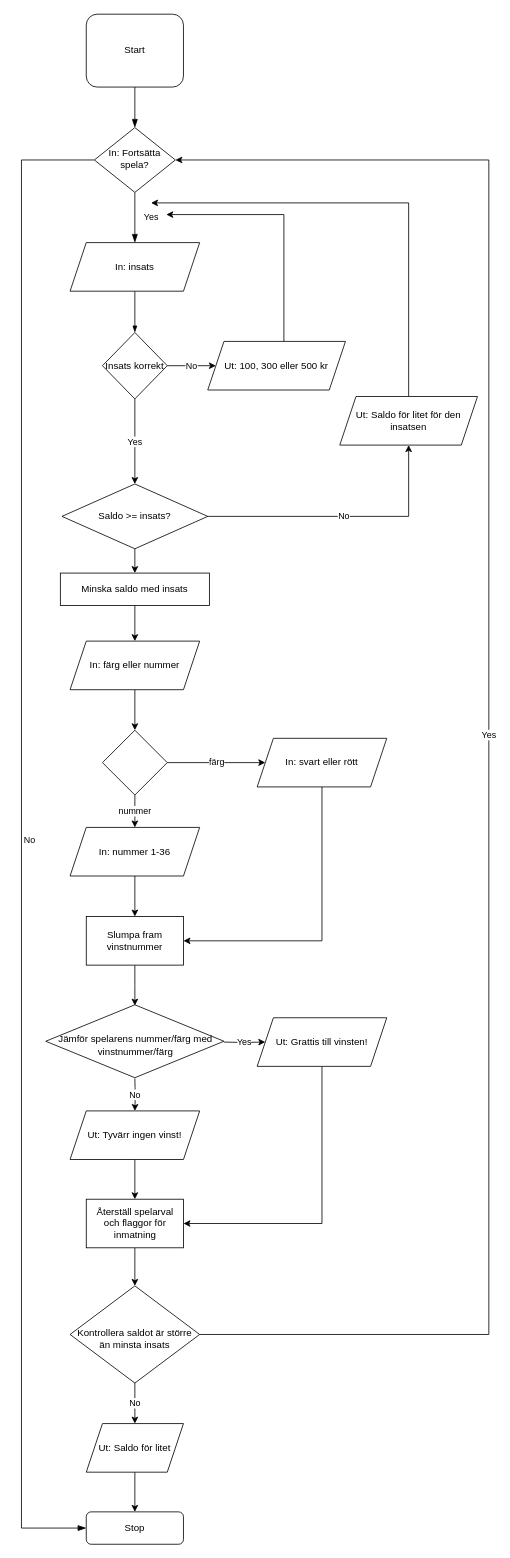
RogerJohanssonITHS/Grunderna-Cpp keeps this draw.io diagram as Inluppgifter/Roulette/Flowchart_inl1.drawio. Above is the earlier version. Source tidied: cells renumbered, new cells numbered last; positions are measured from the earlier drawing's top-left corner, leaving out a move shared by most shapes. Both pictures are drawn from the tidied source at 81%, with x=0, y=0 at pixel (21, 14).
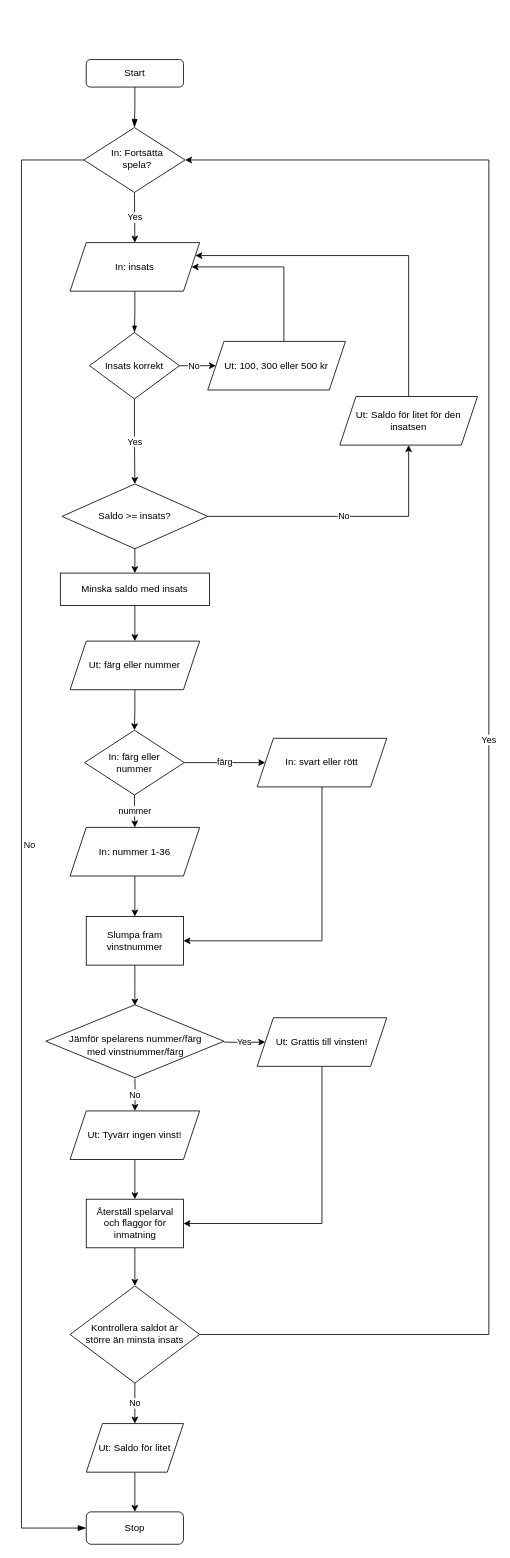
After the change.

The change refers to these unchanged cells:
```xml
<mxCell id="7" value="Stop" style="rounded=1;whiteSpace=wrap;html=1;fontSize=12;glass=0;strokeWidth=1;shadow=0;" parent="1" vertex="1">
  <mxGeometry x="80" y="1849" width="120" height="40" as="geometry" />
</mxCell>
<mxCell id="9" value="In: insats" style="shape=parallelogram;perimeter=parallelogramPerimeter;whiteSpace=wrap;html=1;fixedSize=1;" parent="1" vertex="1">
  <mxGeometry x="60" y="282" width="160" height="60" as="geometry" />
</mxCell>
<mxCell id="14" value="&lt;span style=&quot;&quot;&gt;Ut: Saldo för litet för den insatsen&lt;/span&gt;" style="shape=parallelogram;perimeter=parallelogramPerimeter;whiteSpace=wrap;html=1;fixedSize=1;" parent="1" vertex="1">
  <mxGeometry x="393" y="472" width="170" height="60" as="geometry" />
</mxCell>
<mxCell id="46" value="&lt;span style=&quot;&quot;&gt;Ut: 100, 300 eller 500 kr&lt;/span&gt;" style="shape=parallelogram;perimeter=parallelogramPerimeter;whiteSpace=wrap;html=1;fixedSize=1;" parent="1" vertex="1">
  <mxGeometry x="230" y="404" width="170" height="60" as="geometry" />
</mxCell>
```

Diff of the diagram source:
```diff
@@
     <mxCell id="3" value="Start" style="rounded=1;whiteSpace=wrap;html=1;fontSize=12;glass=0;strokeWidth=1;shadow=0;" parent="1" vertex="1">
-      <mxGeometry x="80" width="120" height="90" as="geometry" />
+      <mxGeometry x="80" y="56" width="120" height="34" as="geometry" />
     </mxCell>
+    <mxCell id="5" value="No" style="edgeStyle=orthogonalEdgeStyle;rounded=0;html=1;jettySize=auto;fontSize=11;endArrow=blockThin;endFill=1;endSize=8;strokeWidth=1;shadow=0;labelBackgroundColor=none;exitX=0;exitY=0.5;exitDx=0;exitDy=0;entryX=0;entryY=0.5;entryDx=0;entryDy=0;" parent="1" edge="1" source="6" target="7">
+      <mxGeometry y="10" relative="1" as="geometry">
+        <Array as="points">
+          <mxPoint y="180" />
+          <mxPoint y="1869" />
+        </Array>
+      </mxGeometry>
+    </mxCell>
-    <mxCell id="4" value="Yes" style="rounded=0;html=1;jettySize=auto;fontSize=11;endArrow=blockThin;endFill=1;endSize=8;strokeWidth=1;shadow=0;labelBackgroundColor=none;edgeStyle=orthogonalEdgeStyle;entryX=0.5;entryY=0;entryDx=0;entryDy=0;" parent="1" edge="1" source="6" target="9">
-      <mxGeometry y="20" relative="1" as="geometry" />
+    <mxCell id="4" value="Yes" style="edgeStyle=none;curved=1;rounded=0;jettySize=auto;html=1;exitX=0.5;exitY=1;exitDx=0;exitDy=0;entryX=0.5;entryY=0;entryDx=0;entryDy=0;endArrow=classic;startSize=6;endSize=6;sourcePerimeterSpacing=0;targetPerimeterSpacing=0;" parent="1" edge="1" source="6" target="9">
+      <mxGeometry relative="1" as="geometry" />
     </mxCell>
-    <mxCell id="5" value="No" style="edgeStyle=orthogonalEdgeStyle;rounded=0;html=1;jettySize=auto;fontSize=11;endArrow=blockThin;endFill=1;endSize=8;strokeWidth=1;shadow=0;labelBackgroundColor=none;exitX=0;exitY=0.5;exitDx=0;exitDy=0;entryX=0;entryY=0.5;entryDx=0;entryDy=0;" parent="1" edge="1" source="6" target="7">
-      <mxGeometry y="10" relative="1" as="geometry">
-        <Array as="points">
-          <mxPoint y="180" />
-          <mxPoint y="1869" />
-        </Array>
-      </mxGeometry>
-    </mxCell>
-    <mxCell id="6" value="In: Fortsätta spela?" style="rhombus;whiteSpace=wrap;html=1;shadow=0;fontFamily=Helvetica;fontSize=12;align=center;strokeWidth=1;spacing=6;spacingTop=-4;" parent="1" vertex="1">
-      <mxGeometry x="90" y="140" width="100" height="80" as="geometry" />
+    <mxCell id="6" value="In: Fortsätta spela?" style="rhombus;whiteSpace=wrap;html=1;shadow=0;fontFamily=Helvetica;fontSize=12;align=center;strokeWidth=1;spacing=6;spacingTop=-4;perimeterSpacing=0;spacingLeft=13;spacingBottom=0;spacingRight=6;" parent="1" vertex="1">
+      <mxGeometry x="77" y="140" width="125" height="80" as="geometry" />
     </mxCell>
@@
-    <mxCell id="13" style="edgeStyle=orthogonalEdgeStyle;rounded=0;jettySize=auto;html=1;exitX=0.5;exitY=0;exitDx=0;exitDy=0;" parent="1" edge="1" source="14">
+    <mxCell id="13" style="edgeStyle=orthogonalEdgeStyle;rounded=0;jettySize=auto;html=1;exitX=0.5;exitY=0;exitDx=0;exitDy=0;entryX=1;entryY=0.25;entryDx=0;entryDy=0;" parent="1" edge="1" source="14" target="9">
       <mxGeometry relative="1" as="geometry">
-        <mxPoint x="160" y="233" as="targetPoint" />
         <Array as="points">
-          <mxPoint x="478" y="233" />
+          <mxPoint x="478" y="298" />
         </Array>
       </mxGeometry>
     </mxCell>
@@
-    <mxCell id="16" value="&lt;span style=&quot;&quot;&gt;In: färg eller nummer&lt;/span&gt;" style="shape=parallelogram;perimeter=parallelogramPerimeter;whiteSpace=wrap;html=1;fixedSize=1;" parent="1" vertex="1">
+    <mxCell id="16" value="&lt;span style=&quot;&quot;&gt;Ut: färg eller nummer&lt;/span&gt;" style="shape=parallelogram;perimeter=parallelogramPerimeter;whiteSpace=wrap;html=1;fixedSize=1;" parent="1" vertex="1">
       <mxGeometry x="60" y="774" width="160" height="60" as="geometry" />
     </mxCell>
@@
-    <mxCell id="19" style="rhombus;whiteSpace=wrap;html=1;" parent="1" vertex="1">
-      <mxGeometry x="100" y="884" width="80" height="80" as="geometry" />
+    <mxCell id="19" value="In: färg eller nummer" style="rhombus;whiteSpace=wrap;html=1;spacingLeft=6;spacingRight=6;" parent="1" vertex="1">
+      <mxGeometry x="78" y="884" width="123" height="80" as="geometry" />
     </mxCell>
@@
-    <mxCell id="28" value="Jämför spelarens nummer/färg med vinstnummer/färg" style="rhombus;whiteSpace=wrap;html=1;spacingTop=10;spacing=2;spacingLeft=12;spacingRight=10;" parent="1" vertex="1">
+    <mxCell id="28" value="Jämför spelarens nummer/färg med vinstnummer/färg" style="rhombus;whiteSpace=wrap;html=1;spacingTop=10;spacing=2;spacingLeft=15;spacingRight=13;" parent="1" vertex="1">
       <mxGeometry x="30" y="1223" width="220" height="90" as="geometry" />
     </mxCell>
@@
-    <mxCell id="39" value="Kontrollera saldot är större än minsta insats" style="rhombus;whiteSpace=wrap;html=1;shadow=0;fontFamily=Helvetica;fontSize=12;align=center;strokeWidth=1;spacing=6;spacingTop=10;" parent="1" vertex="1">
+    <mxCell id="39" value="Kontrollera saldot är större än minsta insats" style="rhombus;whiteSpace=wrap;html=1;shadow=0;fontFamily=Helvetica;fontSize=12;align=center;strokeWidth=1;spacing=6;spacingTop=10;spacingLeft=6;spacingBottom=12;spacingRight=6;" parent="1" vertex="1">
       <mxGeometry x="60" y="1570" width="160" height="120" as="geometry" />
     </mxCell>
@@
     <mxCell id="44" value="Insats korrekt" style="rhombus;whiteSpace=wrap;html=1;" parent="1" vertex="1">
-      <mxGeometry x="100" y="393" width="80" height="82" as="geometry" />
+      <mxGeometry x="84" y="393" width="111" height="82" as="geometry" />
     </mxCell>
-    <mxCell id="45" style="edgeStyle=orthogonalEdgeStyle;rounded=0;jettySize=auto;html=1;" parent="1" edge="1" source="46">
+    <mxCell id="45" style="edgeStyle=orthogonalEdgeStyle;rounded=0;jettySize=auto;html=1;entryX=1;entryY=0.5;entryDx=0;entryDy=0;" parent="1" edge="1" source="46" target="9">
       <mxGeometry relative="1" as="geometry">
-        <mxPoint x="178.8" y="247.4" as="targetPoint" />
         <Array as="points">
-          <mxPoint x="324" y="247" />
+          <mxPoint x="324" y="312" />
         </Array>
       </mxGeometry>
     </mxCell>
```
